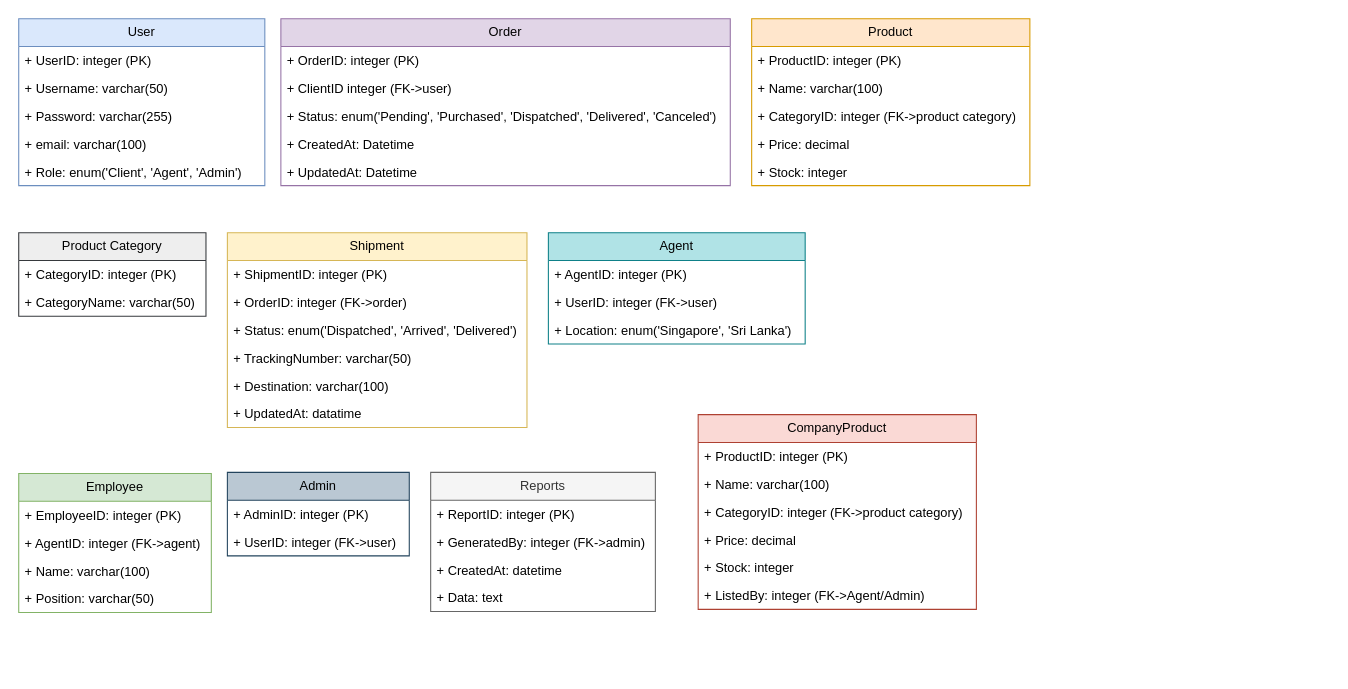
This is diagrams/UML-class-diagram.drawio from K-M-Shehan/software-design-docs, a draw.io file, before an edit. Source tidied: cells renumbered, new cells numbered last; positions are measured from the earlier drawing's top-left corner, leaving out a move shared by most shapes. Both pictures are drawn from the tidied source at 107%, with x=0, y=0 at pixel (18, 18).
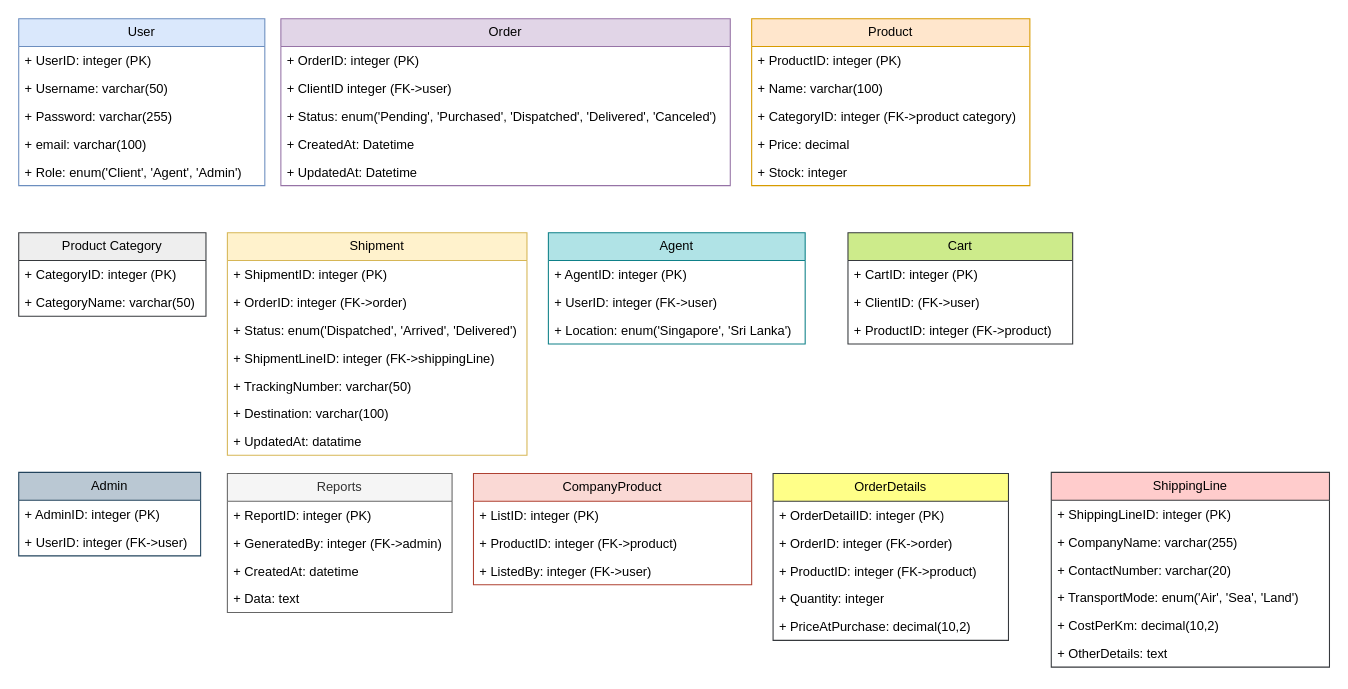
Above is the later version.

Commit message:
added shippingLine, cart, orderDetails table and edited others

The edit, as a diff of the source:
```diff
@@
     <mxCell id="23" value="Shipment" style="swimlane;fontStyle=0;horizontal=1;startSize=26;fillColor=#fff2cc;whiteSpace=wrap;html=1;strokeColor=#d6b656;" parent="1" vertex="1">
-      <mxGeometry x="195" y="200" width="280" height="182" as="geometry" />
+      <mxGeometry x="195" y="200" width="280" height="208" as="geometry" />
     </mxCell>
@@
+    <mxCell id="54" value="+ ShipmentLineID: integer (FK-&amp;gt;shippingLine)" style="text;strokeColor=none;fillColor=none;align=left;verticalAlign=top;spacingLeft=4;spacingRight=4;overflow=hidden;whiteSpace=wrap;html=1;" parent="23" vertex="1">
+      <mxGeometry y="104" width="280" height="26" as="geometry" />
+    </mxCell>
     <mxCell id="27" value="+ TrackingNumber: varchar(50)" style="text;strokeColor=none;fillColor=none;align=left;verticalAlign=top;spacingLeft=4;spacingRight=4;overflow=hidden;whiteSpace=wrap;html=1;" parent="23" vertex="1">
-      <mxGeometry y="104" width="280" height="26" as="geometry" />
+      <mxGeometry y="130" width="280" height="26" as="geometry" />
     </mxCell>
     <mxCell id="28" value="+ Destination: varchar(100)" style="text;strokeColor=none;fillColor=none;align=left;verticalAlign=top;spacingLeft=4;spacingRight=4;overflow=hidden;whiteSpace=wrap;html=1;" parent="23" vertex="1">
-      <mxGeometry y="130" width="280" height="26" as="geometry" />
+      <mxGeometry y="156" width="280" height="26" as="geometry" />
     </mxCell>
     <mxCell id="29" value="+ UpdatedAt: datatime" style="text;strokeColor=none;fillColor=none;align=left;verticalAlign=top;spacingLeft=4;spacingRight=4;overflow=hidden;whiteSpace=wrap;html=1;" parent="23" vertex="1">
-      <mxGeometry y="156" width="280" height="26" as="geometry" />
+      <mxGeometry y="182" width="280" height="26" as="geometry" />
     </mxCell>
@@
-    <mxCell id="34" value="Employee" style="swimlane;fontStyle=0;horizontal=1;startSize=26;fillColor=#d5e8d4;whiteSpace=wrap;html=1;strokeColor=#82b366;" parent="1" vertex="1">
-      <mxGeometry y="425" width="180" height="130" as="geometry" />
-    </mxCell>
-    <mxCell id="35" value="+ EmployeeID: integer (PK)" style="text;strokeColor=none;fillColor=none;align=left;verticalAlign=top;spacingLeft=4;spacingRight=4;overflow=hidden;whiteSpace=wrap;html=1;" parent="34" vertex="1">
-      <mxGeometry y="26" width="180" height="26" as="geometry" />
-    </mxCell>
-    <mxCell id="36" value="+ AgentID: integer (FK-&amp;gt;agent)" style="text;strokeColor=none;fillColor=none;align=left;verticalAlign=top;spacingLeft=4;spacingRight=4;overflow=hidden;whiteSpace=wrap;html=1;" parent="34" vertex="1">
-      <mxGeometry y="52" width="180" height="26" as="geometry" />
-    </mxCell>
-    <mxCell id="37" value="+ Name: varchar(100)" style="text;strokeColor=none;fillColor=none;align=left;verticalAlign=top;spacingLeft=4;spacingRight=4;overflow=hidden;whiteSpace=wrap;html=1;" parent="34" vertex="1">
-      <mxGeometry y="78" width="180" height="26" as="geometry" />
-    </mxCell>
-    <mxCell id="38" value="+ Position: varchar(50)" style="text;strokeColor=none;fillColor=none;align=left;verticalAlign=top;spacingLeft=4;spacingRight=4;overflow=hidden;whiteSpace=wrap;html=1;" parent="34" vertex="1">
-      <mxGeometry y="104" width="180" height="26" as="geometry" />
-    </mxCell>
     <mxCell id="39" value="Admin" style="swimlane;fontStyle=0;horizontal=1;startSize=26;fillColor=#bac8d3;whiteSpace=wrap;html=1;strokeColor=#23445d;" parent="1" vertex="1">
-      <mxGeometry x="195" y="424" width="170" height="78" as="geometry" />
+      <mxGeometry y="424" width="170" height="78" as="geometry" />
     </mxCell>
@@
     <mxCell id="42" value="Reports" style="swimlane;fontStyle=0;horizontal=1;startSize=26;fillColor=#f5f5f5;whiteSpace=wrap;html=1;fontColor=#333333;strokeColor=#666666;" parent="1" vertex="1">
-      <mxGeometry x="385" y="424" width="210" height="130" as="geometry" />
+      <mxGeometry x="195" y="425" width="210" height="130" as="geometry" />
     </mxCell>
@@
     <mxCell id="47" value="CompanyProduct" style="swimlane;fontStyle=0;horizontal=1;startSize=26;fillColor=#fad9d5;whiteSpace=wrap;html=1;strokeColor=#ae4132;" parent="1" vertex="1">
-      <mxGeometry x="635" y="370" width="260" height="182" as="geometry" />
+      <mxGeometry x="425" y="425" width="260" height="104" as="geometry" />
     </mxCell>
+    <mxCell id="53" value="+ ListID: integer (PK)" style="text;strokeColor=none;fillColor=none;align=left;verticalAlign=top;spacingLeft=4;spacingRight=4;overflow=hidden;whiteSpace=wrap;html=1;" parent="47" vertex="1">
+      <mxGeometry y="26" width="260" height="26" as="geometry" />
+    </mxCell>
-    <mxCell id="48" value="+ ProductID: integer (PK)" style="text;strokeColor=none;fillColor=none;align=left;verticalAlign=top;spacingLeft=4;spacingRight=4;overflow=hidden;whiteSpace=wrap;html=1;" parent="47" vertex="1">
-      <mxGeometry y="26" width="260" height="26" as="geometry" />
+    <mxCell id="48" value="+ ProductID: integer (FK-&amp;gt;product)" style="text;strokeColor=none;fillColor=none;align=left;verticalAlign=top;spacingLeft=4;spacingRight=4;overflow=hidden;whiteSpace=wrap;html=1;" parent="47" vertex="1">
+      <mxGeometry y="52" width="260" height="26" as="geometry" />
     </mxCell>
-    <mxCell id="49" value="+ Name: varchar(100)" style="text;strokeColor=none;fillColor=none;align=left;verticalAlign=top;spacingLeft=4;spacingRight=4;overflow=hidden;whiteSpace=wrap;html=1;" parent="47" vertex="1">
-      <mxGeometry y="52" width="260" height="26" as="geometry" />
-    </mxCell>
-    <mxCell id="50" value="+ CategoryID: integer (FK-&amp;gt;product category)" style="text;strokeColor=none;fillColor=none;align=left;verticalAlign=top;spacingLeft=4;spacingRight=4;overflow=hidden;whiteSpace=wrap;html=1;" parent="47" vertex="1">
-      <mxGeometry y="78" width="260" height="26" as="geometry" />
-    </mxCell>
-    <mxCell id="51" value="+ Price: decimal" style="text;strokeColor=none;fillColor=none;align=left;verticalAlign=top;spacingLeft=4;spacingRight=4;overflow=hidden;whiteSpace=wrap;html=1;" parent="47" vertex="1">
-      <mxGeometry y="104" width="260" height="26" as="geometry" />
-    </mxCell>
-    <mxCell id="52" value="+ Stock: integer" style="text;strokeColor=none;fillColor=none;align=left;verticalAlign=top;spacingLeft=4;spacingRight=4;overflow=hidden;whiteSpace=wrap;html=1;" parent="47" vertex="1">
-      <mxGeometry y="130" width="260" height="26" as="geometry" />
+    <mxCell id="52" value="+ ListedBy: integer (FK-&amp;gt;user)" style="text;strokeColor=none;fillColor=none;align=left;verticalAlign=top;spacingLeft=4;spacingRight=4;overflow=hidden;whiteSpace=wrap;html=1;" parent="47" vertex="1">
+      <mxGeometry y="78" width="260" height="26" as="geometry" />
     </mxCell>
-    <mxCell id="53" value="+ ListedBy: integer (FK-&amp;gt;Agent/Admin)" style="text;strokeColor=none;fillColor=none;align=left;verticalAlign=top;spacingLeft=4;spacingRight=4;overflow=hidden;whiteSpace=wrap;html=1;" parent="47" vertex="1">
-      <mxGeometry y="156" width="260" height="26" as="geometry" />
-    </mxCell>
+    <mxCell id="55" value="Cart" style="swimlane;fontStyle=0;horizontal=1;startSize=26;fillColor=#cdeb8b;whiteSpace=wrap;html=1;strokeColor=#36393d;" parent="1" vertex="1">
+      <mxGeometry x="775" y="200" width="210" height="104" as="geometry" />
+    </mxCell>
+    <mxCell id="56" value="+ CartID: integer (PK)" style="text;strokeColor=none;fillColor=none;align=left;verticalAlign=top;spacingLeft=4;spacingRight=4;overflow=hidden;whiteSpace=wrap;html=1;" parent="55" vertex="1">
+      <mxGeometry y="26" width="210" height="26" as="geometry" />
+    </mxCell>
+    <mxCell id="57" value="+ ClientID: (FK-&amp;gt;user)" style="text;strokeColor=none;fillColor=none;align=left;verticalAlign=top;spacingLeft=4;spacingRight=4;overflow=hidden;whiteSpace=wrap;html=1;" parent="55" vertex="1">
+      <mxGeometry y="52" width="210" height="26" as="geometry" />
+    </mxCell>
+    <mxCell id="58" value="+ ProductID: integer (FK-&amp;gt;product)" style="text;strokeColor=none;fillColor=none;align=left;verticalAlign=top;spacingLeft=4;spacingRight=4;overflow=hidden;whiteSpace=wrap;html=1;" parent="55" vertex="1">
+      <mxGeometry y="78" width="210" height="26" as="geometry" />
+    </mxCell>
+    <mxCell id="59" value="OrderDetails" style="swimlane;fontStyle=0;horizontal=1;startSize=26;fillColor=#ffff88;whiteSpace=wrap;html=1;strokeColor=#36393d;" parent="1" vertex="1">
+      <mxGeometry x="705" y="425" width="220" height="156" as="geometry" />
+    </mxCell>
+    <mxCell id="60" value="+ OrderDetailID: integer (PK)" style="text;strokeColor=none;fillColor=none;align=left;verticalAlign=top;spacingLeft=4;spacingRight=4;overflow=hidden;whiteSpace=wrap;html=1;" parent="59" vertex="1">
+      <mxGeometry y="26" width="220" height="26" as="geometry" />
+    </mxCell>
+    <mxCell id="61" value="+ OrderID: integer (FK-&amp;gt;order)" style="text;strokeColor=none;fillColor=none;align=left;verticalAlign=top;spacingLeft=4;spacingRight=4;overflow=hidden;whiteSpace=wrap;html=1;" parent="59" vertex="1">
+      <mxGeometry y="52" width="220" height="26" as="geometry" />
+    </mxCell>
+    <mxCell id="62" value="+ ProductID: integer (FK-&amp;gt;product)" style="text;strokeColor=none;fillColor=none;align=left;verticalAlign=top;spacingLeft=4;spacingRight=4;overflow=hidden;whiteSpace=wrap;html=1;" parent="59" vertex="1">
+      <mxGeometry y="78" width="220" height="26" as="geometry" />
+    </mxCell>
+    <mxCell id="63" value="+ Quantity: integer" style="text;strokeColor=none;fillColor=none;align=left;verticalAlign=top;spacingLeft=4;spacingRight=4;overflow=hidden;whiteSpace=wrap;html=1;" parent="59" vertex="1">
+      <mxGeometry y="104" width="220" height="26" as="geometry" />
+    </mxCell>
+    <mxCell id="64" value="+ PriceAtPurchase: decimal(10,2)" style="text;strokeColor=none;fillColor=none;align=left;verticalAlign=top;spacingLeft=4;spacingRight=4;overflow=hidden;whiteSpace=wrap;html=1;" parent="59" vertex="1">
+      <mxGeometry y="130" width="220" height="26" as="geometry" />
+    </mxCell>
+    <mxCell id="65" value="ShippingLine" style="swimlane;fontStyle=0;horizontal=1;startSize=26;fillColor=#ffcccc;whiteSpace=wrap;html=1;strokeColor=#36393d;" parent="1" vertex="1">
+      <mxGeometry x="965" y="424" width="260" height="182" as="geometry" />
+    </mxCell>
+    <mxCell id="66" value="+ ShippingLineID: integer (PK)" style="text;strokeColor=none;fillColor=none;align=left;verticalAlign=top;spacingLeft=4;spacingRight=4;overflow=hidden;whiteSpace=wrap;html=1;" parent="65" vertex="1">
+      <mxGeometry y="26" width="260" height="26" as="geometry" />
+    </mxCell>
+    <mxCell id="67" value="+ CompanyName: varchar(255)" style="text;strokeColor=none;fillColor=none;align=left;verticalAlign=top;spacingLeft=4;spacingRight=4;overflow=hidden;whiteSpace=wrap;html=1;" parent="65" vertex="1">
+      <mxGeometry y="52" width="260" height="26" as="geometry" />
+    </mxCell>
+    <mxCell id="68" value="+ ContactNumber: varchar(20)" style="text;strokeColor=none;fillColor=none;align=left;verticalAlign=top;spacingLeft=4;spacingRight=4;overflow=hidden;whiteSpace=wrap;html=1;" parent="65" vertex="1">
+      <mxGeometry y="78" width="260" height="26" as="geometry" />
+    </mxCell>
+    <mxCell id="69" value="+ TransportMode: enum('Air', 'Sea', 'Land')" style="text;strokeColor=none;fillColor=none;align=left;verticalAlign=top;spacingLeft=4;spacingRight=4;overflow=hidden;whiteSpace=wrap;html=1;" parent="65" vertex="1">
+      <mxGeometry y="104" width="260" height="26" as="geometry" />
+    </mxCell>
+    <mxCell id="70" value="+ CostPerKm: decimal(10,2)" style="text;strokeColor=none;fillColor=none;align=left;verticalAlign=top;spacingLeft=4;spacingRight=4;overflow=hidden;whiteSpace=wrap;html=1;" parent="65" vertex="1">
+      <mxGeometry y="130" width="260" height="26" as="geometry" />
+    </mxCell>
+    <mxCell id="71" value="+ OtherDetails: text" style="text;strokeColor=none;fillColor=none;align=left;verticalAlign=top;spacingLeft=4;spacingRight=4;overflow=hidden;whiteSpace=wrap;html=1;" parent="65" vertex="1">
+      <mxGeometry y="156" width="260" height="26" as="geometry" />
+    </mxCell>
```
